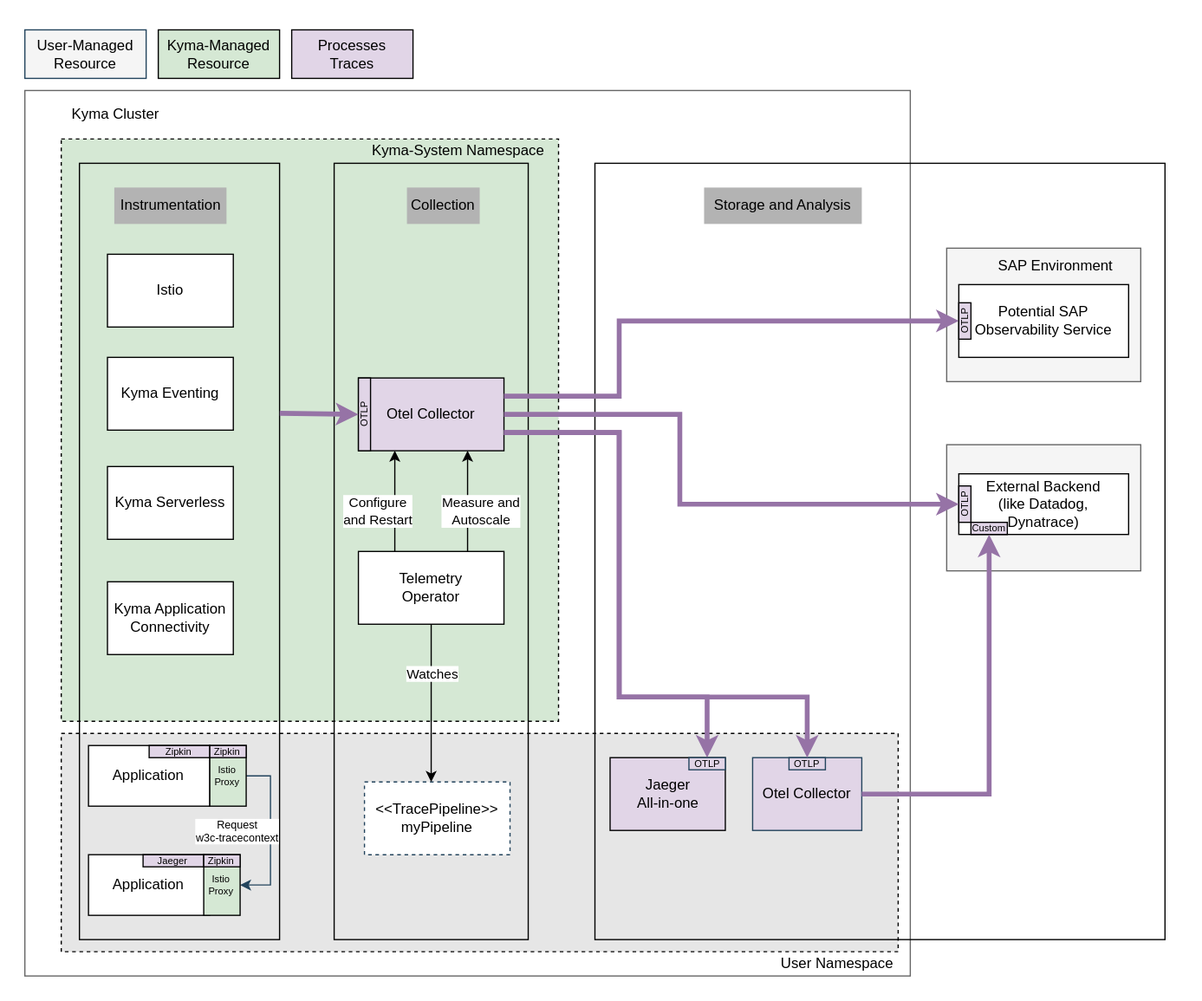
The draw.io diagram concepts/observability-strategy/configurable-tracing/assets/tracing-future.drawio.svg in kyma-project/community, before a commit. Source tidied: cells renumbered, new cells last; positions are measured from the earlier drawing's top-left corner, leaving out a move shared by most shapes. Source of this version:
```xml
<mxGraphModel>
  <root>
    <mxCell id="0" />
    <mxCell id="1" parent="0" />
    <mxCell id="2" style="rounded=0;whiteSpace=wrap;html=1;fillColor=#FFFFFF;strokeColor=none;" parent="1" vertex="1">
      <mxGeometry width="990" height="824" as="geometry" />
    </mxCell>
    <mxCell id="3" style="rounded=0;whiteSpace=wrap;html=1;fillColor=#FFFFFF;strokeColor=#666666;fontColor=#333333;" parent="1" vertex="1">
      <mxGeometry x="20" y="74" width="730" height="730" as="geometry" />
    </mxCell>
    <mxCell id="4" style="rounded=0;whiteSpace=wrap;html=1;dashed=1;fillColor=#D5E8D4;strokeColor=#000000;" parent="1" vertex="1">
      <mxGeometry x="50" y="114" width="410" height="480" as="geometry" />
    </mxCell>
    <mxCell id="5" style="rounded=0;whiteSpace=wrap;html=1;dashed=1;fillColor=#E6E6E6;strokeColor=#000000;" parent="1" vertex="1">
      <mxGeometry x="50" y="604" width="690" height="180" as="geometry" />
    </mxCell>
    <mxCell id="6" value="Kyma Cluster" style="text;html=1;strokeColor=none;fillColor=none;align=center;verticalAlign=middle;whiteSpace=wrap;rounded=0;fontColor=#000000;" parent="1" vertex="1">
      <mxGeometry x="50" y="84" width="90" height="20" as="geometry" />
    </mxCell>
    <mxCell id="7" value="Kyma-System Namespace" style="text;html=1;strokeColor=none;fillColor=none;align=center;verticalAlign=middle;whiteSpace=wrap;rounded=0;fontColor=#000000;" parent="1" vertex="1">
      <mxGeometry x="305" y="114" width="145" height="20" as="geometry" />
    </mxCell>
    <mxCell id="8" value="User-Managed Resource" style="rounded=0;whiteSpace=wrap;html=1;fillColor=#F5F5F5;strokeColor=#23445d;" parent="1" vertex="1">
      <mxGeometry x="20" y="24" width="100" height="40" as="geometry" />
    </mxCell>
    <mxCell id="9" value="Kyma-Managed Resource" style="rounded=0;whiteSpace=wrap;html=1;fillColor=#d5e8d4;strokeColor=#000000;fontColor=#000000;" parent="1" vertex="1">
      <mxGeometry x="130" y="24" width="100" height="40" as="geometry" />
    </mxCell>
    <mxCell id="10" value="Processes&lt;br&gt;Traces" style="rounded=0;whiteSpace=wrap;html=1;fillColor=#E1D5E7;strokeColor=#000000;fontColor=#000000;" parent="1" vertex="1">
      <mxGeometry x="240" y="24" width="100" height="40" as="geometry" />
    </mxCell>
    <mxCell id="11" style="html=1;fillColor=none;" parent="1" vertex="1">
      <mxGeometry x="65" y="134" width="165" height="640" as="geometry" />
    </mxCell>
    <mxCell id="12" value="Instrumentation" style="text;html=1;strokeColor=none;fillColor=#B3B3B3;align=center;verticalAlign=middle;whiteSpace=wrap;rounded=0;" parent="1" vertex="1">
      <mxGeometry x="93.7" y="154" width="92.5" height="30" as="geometry" />
    </mxCell>
    <mxCell id="13" style="html=1;fillColor=none;" parent="1" vertex="1">
      <mxGeometry x="275" y="134" width="160" height="640" as="geometry" />
    </mxCell>
    <mxCell id="14" value="Collection" style="text;html=1;strokeColor=none;fillColor=#B3B3B3;align=center;verticalAlign=middle;whiteSpace=wrap;rounded=0;" parent="1" vertex="1">
      <mxGeometry x="335" y="154" width="60" height="30" as="geometry" />
    </mxCell>
    <mxCell id="15" value="Otel Collector" style="rounded=0;whiteSpace=wrap;html=1;fillColor=#E1D5E7;strokeColor=#000000;fontColor=#000000;" parent="1" vertex="1">
      <mxGeometry x="295" y="311" width="120" height="60" as="geometry" />
    </mxCell>
    <mxCell id="16" value="OTLP" style="rounded=0;whiteSpace=wrap;html=1;fontSize=8;fillColor=#E1D5E7;strokeColor=#000000;rotation=-90;" parent="1" vertex="1">
      <mxGeometry x="270" y="336" width="60" height="10" as="geometry" />
    </mxCell>
    <mxCell id="17" style="edgeStyle=orthogonalEdgeStyle;html=1;exitX=0.25;exitY=0;exitDx=0;exitDy=0;entryX=0.25;entryY=1;entryDx=0;entryDy=0;rounded=0;" parent="1" edge="1" source="34" target="15">
      <mxGeometry relative="1" as="geometry" />
    </mxCell>
    <mxCell id="18" value="Configure&lt;br&gt;and Restart" style="edgeLabel;html=1;align=center;verticalAlign=middle;" parent="17" vertex="1">
      <mxGeometry x="0.35" y="2" relative="1" as="geometry">
        <mxPoint x="-13" y="22" as="offset" />
      </mxGeometry>
    </mxCell>
    <mxCell id="19" value="Kyma Eventing" style="rounded=0;whiteSpace=wrap;html=1;fillColor=#FFFFFF;strokeColor=#000000;fontColor=#000000;" parent="1" vertex="1">
      <mxGeometry x="88.1" y="294" width="103.8" height="60" as="geometry" />
    </mxCell>
    <mxCell id="20" value="Istio" style="rounded=0;whiteSpace=wrap;html=1;fillColor=#FFFFFF;strokeColor=#000000;fontColor=#000000;" parent="1" vertex="1">
      <mxGeometry x="88.1" y="209" width="103.8" height="60" as="geometry" />
    </mxCell>
    <mxCell id="21" value="Kyma Serverless" style="rounded=0;whiteSpace=wrap;html=1;fillColor=#FFFFFF;strokeColor=#000000;fontColor=#000000;" parent="1" vertex="1">
      <mxGeometry x="88.1" y="384" width="103.8" height="60" as="geometry" />
    </mxCell>
    <mxCell id="22" value="Kyma Application Connectivity" style="rounded=0;whiteSpace=wrap;html=1;fillColor=#FFFFFF;strokeColor=#000000;fontColor=#000000;" parent="1" vertex="1">
      <mxGeometry x="88.1" y="479" width="103.8" height="60" as="geometry" />
    </mxCell>
    <mxCell id="23" value="Application" style="rounded=0;whiteSpace=wrap;html=1;fillColor=#FFFFFF;strokeColor=#000000;fontColor=#000000;" parent="1" vertex="1">
      <mxGeometry x="72.5" y="614" width="100" height="50" as="geometry" />
    </mxCell>
    <mxCell id="24" style="edgeStyle=orthogonalEdgeStyle;rounded=0;jettySize=auto;html=1;exitX=1;exitY=0.5;exitDx=0;exitDy=0;entryX=1;entryY=0.5;entryDx=0;entryDy=0;fillColor=#bac8d3;strokeColor=#23445d;" parent="1" edge="1" source="26" target="29">
      <mxGeometry relative="1" as="geometry" />
    </mxCell>
    <mxCell id="25" value="Request&lt;br&gt;w3c-tracecontext" style="edgeLabel;html=1;align=center;verticalAlign=middle;fontSize=9;" parent="24" vertex="1">
      <mxGeometry x="0.37" y="1" relative="1" as="geometry">
        <mxPoint x="-29" y="-27" as="offset" />
      </mxGeometry>
    </mxCell>
    <mxCell id="26" value="Istio&lt;br style=&quot;font-size: 8px;&quot;&gt;Proxy" style="rounded=0;whiteSpace=wrap;html=1;fontSize=8;fillColor=#D5E8D4;strokeColor=#000000;fontColor=#000000;" parent="1" vertex="1">
      <mxGeometry x="172.5" y="614" width="30" height="50" as="geometry" />
    </mxCell>
    <mxCell id="27" value="Zipkin" style="rounded=0;whiteSpace=wrap;html=1;fontSize=8;fillColor=#E1D5E7;strokeColor=#000000;" parent="1" vertex="1">
      <mxGeometry x="122.5" y="614" width="50" height="10" as="geometry" />
    </mxCell>
    <mxCell id="28" value="Application" style="rounded=0;whiteSpace=wrap;html=1;fillColor=#FFFFFF;strokeColor=#000000;fontColor=#000000;" parent="1" vertex="1">
      <mxGeometry x="72.5" y="704" width="100" height="50" as="geometry" />
    </mxCell>
    <mxCell id="29" value="Istio&lt;br style=&quot;font-size: 8px;&quot;&gt;Proxy" style="rounded=0;whiteSpace=wrap;html=1;fontSize=8;fillColor=#D5E8D4;strokeColor=#000000;fontColor=#000000;" parent="1" vertex="1">
      <mxGeometry x="167.5" y="704" width="30" height="50" as="geometry" />
    </mxCell>
    <mxCell id="30" value="Jaeger" style="rounded=0;whiteSpace=wrap;html=1;fontSize=8;fillColor=#E1D5E7;strokeColor=#000000;fontColor=#000000;" parent="1" vertex="1">
      <mxGeometry x="117.5" y="704" width="50" height="10" as="geometry" />
    </mxCell>
    <mxCell id="31" value="Zipkin" style="rounded=0;whiteSpace=wrap;html=1;fontSize=8;fillColor=#E1D5E7;strokeColor=#000000;" parent="1" vertex="1">
      <mxGeometry x="172.5" y="614" width="30" height="10" as="geometry" />
    </mxCell>
    <mxCell id="32" value="Zipkin" style="rounded=0;whiteSpace=wrap;html=1;fontSize=8;fillColor=#E1D5E7;strokeColor=#000000;" parent="1" vertex="1">
      <mxGeometry x="167.5" y="704" width="30" height="10" as="geometry" />
    </mxCell>
    <mxCell id="33" value="&amp;lt;&amp;lt;TracePipeline&amp;gt;&amp;gt;&lt;br&gt;myPipeline" style="rounded=0;whiteSpace=wrap;html=1;fillColor=#FFFFFF;strokeColor=#23445d;fontColor=#000000;dashed=1;" parent="1" vertex="1">
      <mxGeometry x="300" y="644" width="120" height="60" as="geometry" />
    </mxCell>
    <mxCell id="34" value="Telemetry&lt;br&gt;Operator" style="rounded=0;whiteSpace=wrap;html=1;fillColor=#FFFFFF;strokeColor=#000000;fontColor=#000000;" parent="1" vertex="1">
      <mxGeometry x="295" y="454" width="120" height="60" as="geometry" />
    </mxCell>
    <mxCell id="35" style="edgeStyle=orthogonalEdgeStyle;html=1;exitX=0.5;exitY=1;exitDx=0;exitDy=0;rounded=0;" parent="1" edge="1" source="34" target="33">
      <mxGeometry relative="1" as="geometry">
        <Array as="points">
          <mxPoint x="360" y="644" />
        </Array>
      </mxGeometry>
    </mxCell>
    <mxCell id="36" value="Watches" style="edgeLabel;html=1;align=center;verticalAlign=middle;" parent="35" vertex="1">
      <mxGeometry x="0.35" y="2" relative="1" as="geometry">
        <mxPoint x="-2" y="-48" as="offset" />
      </mxGeometry>
    </mxCell>
    <mxCell id="37" style="endArrow=classic;html=1;exitX=1.001;exitY=0.322;exitDx=0;exitDy=0;exitPerimeter=0;entryX=0;entryY=0.5;entryDx=0;entryDy=0;strokeWidth=4;strokeColor=#9673A6;rounded=0;edgeStyle=elbowEdgeStyle;elbow=vertical;" parent="1" edge="1" source="11" target="15">
      <mxGeometry relative="1" as="geometry" />
    </mxCell>
    <mxCell id="38" style="html=1;fillColor=none;" parent="1" vertex="1">
      <mxGeometry x="490" y="134" width="470" height="640" as="geometry" />
    </mxCell>
    <mxCell id="39" value="User Namespace" style="text;html=1;strokeColor=none;fillColor=none;align=center;verticalAlign=middle;whiteSpace=wrap;rounded=0;fontColor=#000000;" parent="1" vertex="1">
      <mxGeometry x="640" y="784" width="100" height="20" as="geometry" />
    </mxCell>
    <mxCell id="40" value="Otel Collector" style="rounded=0;whiteSpace=wrap;html=1;fillColor=#E1D5E7;strokeColor=#23445d;" parent="1" vertex="1">
      <mxGeometry x="620" y="624" width="90" height="60" as="geometry" />
    </mxCell>
    <mxCell id="41" value="OTLP" style="rounded=0;whiteSpace=wrap;html=1;fontSize=8;rotation=0;fillColor=#E1D5E7;strokeColor=#23445d;" parent="1" vertex="1">
      <mxGeometry x="650" y="624" width="30" height="10" as="geometry" />
    </mxCell>
    <mxCell id="42" value="Jaeger&lt;br&gt;All-in-one" style="rounded=0;whiteSpace=wrap;html=1;fillColor=#E1D5E7;strokeColor=#000000;" parent="1" vertex="1">
      <mxGeometry x="502.5" y="624" width="95" height="60" as="geometry" />
    </mxCell>
    <mxCell id="43" style="rounded=0;whiteSpace=wrap;html=1;fillColor=#f5f5f5;strokeColor=#666666;fontColor=#333333;" parent="1" vertex="1">
      <mxGeometry x="780" y="366" width="160" height="104" as="geometry" />
    </mxCell>
    <mxCell id="44" value="External Backend&lt;br&gt;(like Datadog,&lt;br&gt;Dynatrace)" style="rounded=0;whiteSpace=wrap;html=1;" parent="1" vertex="1">
      <mxGeometry x="790" y="390" width="140" height="50" as="geometry" />
    </mxCell>
    <mxCell id="45" value="OTLP" style="rounded=0;whiteSpace=wrap;html=1;fontSize=8;rotation=-90;fillColor=#E1D5E7;" parent="1" vertex="1">
      <mxGeometry x="780" y="410" width="30" height="10" as="geometry" />
    </mxCell>
    <mxCell id="46" value="Custom" style="rounded=0;whiteSpace=wrap;html=1;fontSize=8;rotation=0;fillColor=#E1D5E7;" parent="1" vertex="1">
      <mxGeometry x="800" y="430" width="30" height="10" as="geometry" />
    </mxCell>
    <mxCell id="47" style="rounded=0;whiteSpace=wrap;html=1;fillColor=#f5f5f5;strokeColor=#666666;fontColor=#333333;" parent="1" vertex="1">
      <mxGeometry x="780" y="204" width="160" height="110" as="geometry" />
    </mxCell>
    <mxCell id="48" value="Potential SAP Observability Service" style="rounded=0;whiteSpace=wrap;html=1;" parent="1" vertex="1">
      <mxGeometry x="790" y="234" width="140" height="60" as="geometry" />
    </mxCell>
    <mxCell id="49" value="SAP Environment" style="text;html=1;strokeColor=none;fillColor=none;align=center;verticalAlign=middle;whiteSpace=wrap;rounded=0;fontColor=#000000;" parent="1" vertex="1">
      <mxGeometry x="805" y="209" width="130" height="20" as="geometry" />
    </mxCell>
    <mxCell id="50" style="endArrow=classic;html=1;exitX=0.75;exitY=1;exitDx=0;exitDy=0;entryX=0.5;entryY=0;entryDx=0;entryDy=0;strokeWidth=4;strokeColor=#9673A6;rounded=0;edgeStyle=elbowEdgeStyle;" parent="1" edge="1" target="54">
      <mxGeometry relative="1" as="geometry">
        <mxPoint x="415" y="326" as="sourcePoint" />
        <Array as="points">
          <mxPoint x="510" y="294" />
        </Array>
      </mxGeometry>
    </mxCell>
    <mxCell id="51" style="endArrow=classic;html=1;exitX=0.5;exitY=1;exitDx=0;exitDy=0;entryX=0;entryY=0.5;entryDx=0;entryDy=0;strokeWidth=4;strokeColor=#9673A6;rounded=0;edgeStyle=orthogonalEdgeStyle;" parent="1" edge="1" target="44">
      <mxGeometry relative="1" as="geometry">
        <mxPoint x="415" y="341" as="sourcePoint" />
        <Array as="points">
          <mxPoint x="560" y="341" />
          <mxPoint x="560" y="415" />
          <mxPoint x="790" y="415" />
        </Array>
      </mxGeometry>
    </mxCell>
    <mxCell id="52" style="endArrow=classic;html=1;exitX=0.25;exitY=1;exitDx=0;exitDy=0;entryX=0.5;entryY=0;entryDx=0;entryDy=0;strokeWidth=4;strokeColor=#9673A6;rounded=0;edgeStyle=orthogonalEdgeStyle;" parent="1" edge="1" target="53">
      <mxGeometry relative="1" as="geometry">
        <mxPoint x="415" y="356" as="sourcePoint" />
        <Array as="points">
          <mxPoint x="510" y="356" />
          <mxPoint x="510" y="574" />
          <mxPoint x="583" y="574" />
        </Array>
      </mxGeometry>
    </mxCell>
    <mxCell id="53" value="OTLP" style="rounded=0;whiteSpace=wrap;html=1;fontSize=8;rotation=0;fillColor=#E1D5E7;strokeColor=#23445d;" parent="1" vertex="1">
      <mxGeometry x="567.5" y="624" width="30" height="10" as="geometry" />
    </mxCell>
    <mxCell id="54" value="OTLP" style="rounded=0;whiteSpace=wrap;html=1;fontSize=8;rotation=-90;fillColor=#E1D5E7;" parent="1" vertex="1">
      <mxGeometry x="780" y="259" width="30" height="10" as="geometry" />
    </mxCell>
    <mxCell id="55" style="edgeStyle=orthogonalEdgeStyle;rounded=0;html=1;exitX=1;exitY=0.5;exitDx=0;exitDy=0;entryX=0.5;entryY=1;entryDx=0;entryDy=0;strokeColor=#9673A6;strokeWidth=4;" parent="1" edge="1" source="40" target="46">
      <mxGeometry relative="1" as="geometry" />
    </mxCell>
    <mxCell id="56" style="endArrow=classic;html=1;exitX=0.25;exitY=1;exitDx=0;exitDy=0;entryX=0.5;entryY=0;entryDx=0;entryDy=0;strokeWidth=4;strokeColor=#9673A6;rounded=0;edgeStyle=orthogonalEdgeStyle;" parent="1" edge="1" target="41">
      <mxGeometry relative="1" as="geometry">
        <mxPoint x="415" y="356" as="sourcePoint" />
        <Array as="points">
          <mxPoint x="510" y="356" />
          <mxPoint x="510" y="574" />
          <mxPoint x="665" y="574" />
        </Array>
      </mxGeometry>
    </mxCell>
    <mxCell id="57" value="&lt;span&gt;Storage and Analysis&lt;/span&gt;" style="text;html=1;strokeColor=none;fillColor=#B3B3B3;align=center;verticalAlign=middle;whiteSpace=wrap;rounded=0;" parent="1" vertex="1">
      <mxGeometry x="580" y="154" width="130" height="30" as="geometry" />
    </mxCell>
    <mxCell id="58" style="edgeStyle=orthogonalEdgeStyle;html=1;exitX=0.75;exitY=0;exitDx=0;exitDy=0;entryX=0.75;entryY=1;entryDx=0;entryDy=0;rounded=0;" parent="1" edge="1" source="34" target="15">
      <mxGeometry relative="1" as="geometry" />
    </mxCell>
    <mxCell id="59" value="Measure and&lt;br&gt;Autoscale" style="edgeLabel;html=1;align=center;verticalAlign=middle;" parent="58" vertex="1">
      <mxGeometry x="0.35" y="2" relative="1" as="geometry">
        <mxPoint x="12" y="22" as="offset" />
      </mxGeometry>
    </mxCell>
  </root>
</mxGraphModel>
```
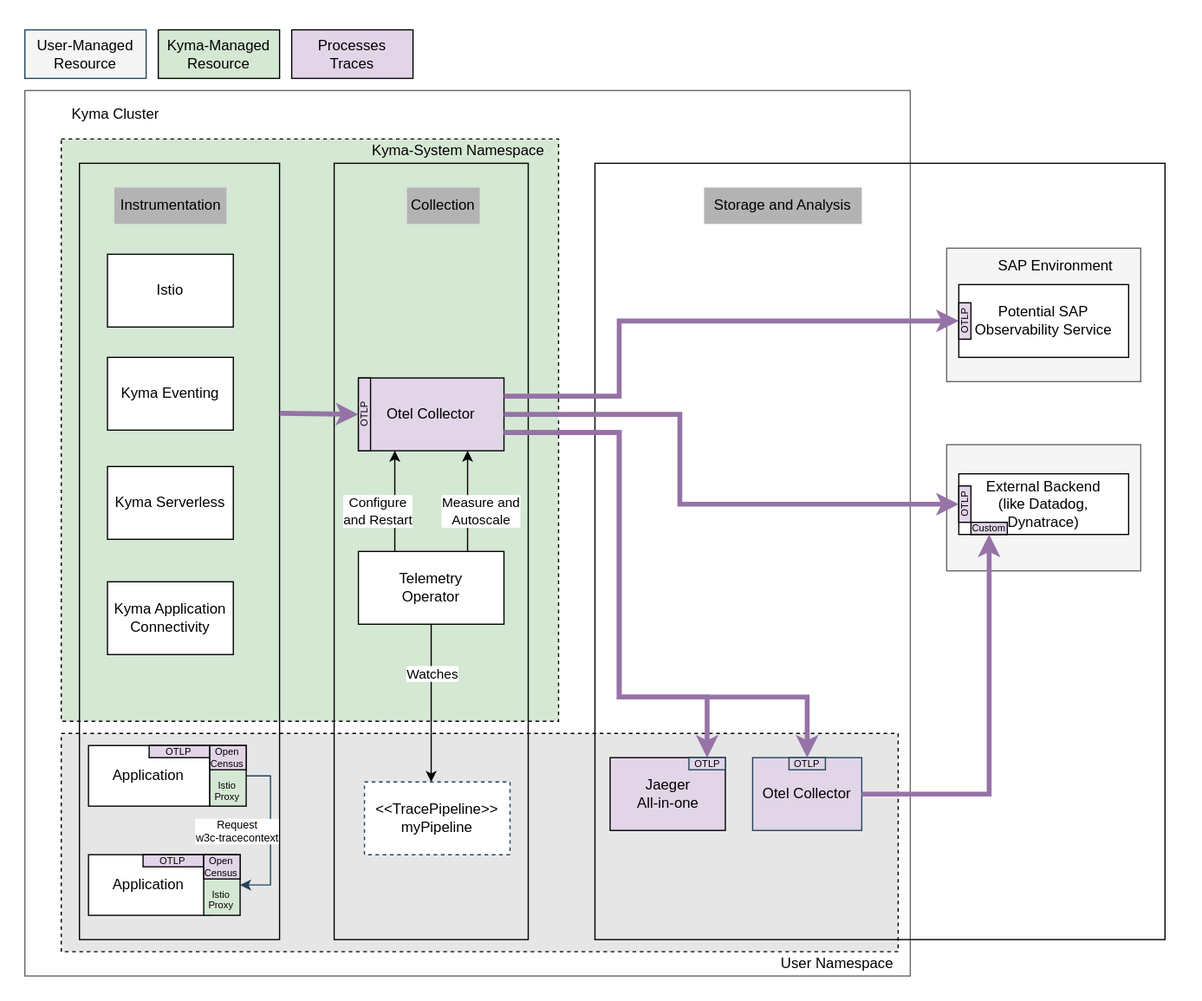
The same diagram one commit later.

Change to the diagram source:
```diff
@@ -78,26 +78,26 @@
         <mxPoint x="-29" y="-27" as="offset" />
       </mxGeometry>
     </mxCell>
-    <mxCell id="26" value="Istio&lt;br style=&quot;font-size: 8px;&quot;&gt;Proxy" style="rounded=0;whiteSpace=wrap;html=1;fontSize=8;fillColor=#D5E8D4;strokeColor=#000000;fontColor=#000000;" parent="1" vertex="1">
+    <mxCell id="26" value="Istio&lt;br style=&quot;font-size: 8px;&quot;&gt;Proxy" style="rounded=0;whiteSpace=wrap;html=1;fontSize=8;fillColor=#D5E8D4;strokeColor=#000000;fontColor=#000000;verticalAlign=bottom;" parent="1" vertex="1">
       <mxGeometry x="172.5" y="614" width="30" height="50" as="geometry" />
     </mxCell>
-    <mxCell id="27" value="Zipkin" style="rounded=0;whiteSpace=wrap;html=1;fontSize=8;fillColor=#E1D5E7;strokeColor=#000000;" parent="1" vertex="1">
+    <mxCell id="27" value="OTLP" style="rounded=0;whiteSpace=wrap;html=1;fontSize=8;fillColor=#E1D5E7;strokeColor=#000000;" parent="1" vertex="1">
       <mxGeometry x="122.5" y="614" width="50" height="10" as="geometry" />
     </mxCell>
     <mxCell id="28" value="Application" style="rounded=0;whiteSpace=wrap;html=1;fillColor=#FFFFFF;strokeColor=#000000;fontColor=#000000;" parent="1" vertex="1">
       <mxGeometry x="72.5" y="704" width="100" height="50" as="geometry" />
     </mxCell>
-    <mxCell id="29" value="Istio&lt;br style=&quot;font-size: 8px;&quot;&gt;Proxy" style="rounded=0;whiteSpace=wrap;html=1;fontSize=8;fillColor=#D5E8D4;strokeColor=#000000;fontColor=#000000;" parent="1" vertex="1">
+    <mxCell id="29" value="Istio&lt;br style=&quot;font-size: 8px;&quot;&gt;Proxy" style="rounded=0;whiteSpace=wrap;html=1;fontSize=8;fillColor=#D5E8D4;strokeColor=#000000;fontColor=#000000;verticalAlign=bottom;" parent="1" vertex="1">
       <mxGeometry x="167.5" y="704" width="30" height="50" as="geometry" />
     </mxCell>
-    <mxCell id="30" value="Jaeger" style="rounded=0;whiteSpace=wrap;html=1;fontSize=8;fillColor=#E1D5E7;strokeColor=#000000;fontColor=#000000;" parent="1" vertex="1">
+    <mxCell id="30" value="OTLP" style="rounded=0;whiteSpace=wrap;html=1;fontSize=8;fillColor=#E1D5E7;strokeColor=#000000;fontColor=#000000;" parent="1" vertex="1">
       <mxGeometry x="117.5" y="704" width="50" height="10" as="geometry" />
     </mxCell>
-    <mxCell id="31" value="Zipkin" style="rounded=0;whiteSpace=wrap;html=1;fontSize=8;fillColor=#E1D5E7;strokeColor=#000000;" parent="1" vertex="1">
-      <mxGeometry x="172.5" y="614" width="30" height="10" as="geometry" />
+    <mxCell id="31" value="Open&lt;br&gt;Census" style="rounded=0;whiteSpace=wrap;html=1;fontSize=8;fillColor=#E1D5E7;strokeColor=#000000;" parent="1" vertex="1">
+      <mxGeometry x="172.5" y="614" width="30" height="20" as="geometry" />
     </mxCell>
-    <mxCell id="32" value="Zipkin" style="rounded=0;whiteSpace=wrap;html=1;fontSize=8;fillColor=#E1D5E7;strokeColor=#000000;" parent="1" vertex="1">
-      <mxGeometry x="167.5" y="704" width="30" height="10" as="geometry" />
+    <mxCell id="32" value="Open&lt;br&gt;Census" style="rounded=0;whiteSpace=wrap;html=1;fontSize=8;fillColor=#E1D5E7;strokeColor=#000000;" parent="1" vertex="1">
+      <mxGeometry x="167.5" y="704" width="30" height="20" as="geometry" />
     </mxCell>
     <mxCell id="33" value="&amp;lt;&amp;lt;TracePipeline&amp;gt;&amp;gt;&lt;br&gt;myPipeline" style="rounded=0;whiteSpace=wrap;html=1;fillColor=#FFFFFF;strokeColor=#23445d;fontColor=#000000;dashed=1;" parent="1" vertex="1">
       <mxGeometry x="300" y="644" width="120" height="60" as="geometry" />
```
